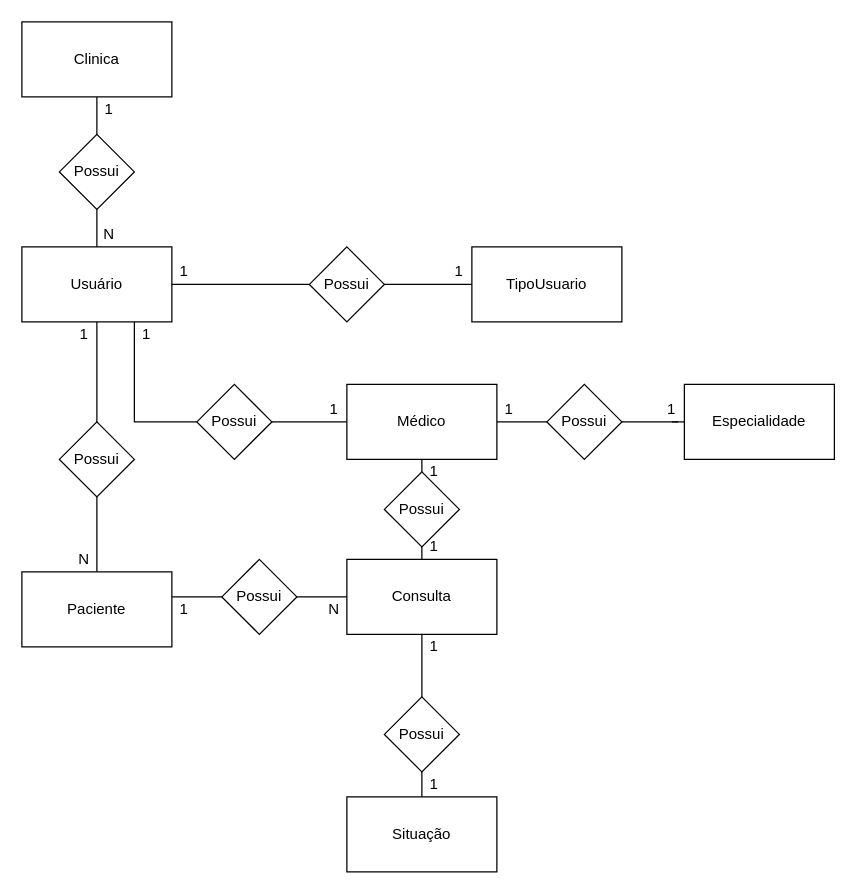
The draw.io diagram Mer/Modelo Conceitual .drawio in Nicolas-Freitas/senai_spmedgroup_sprint1_bd_manha_Nicolas, before the edit. Source tidied: cells renumbered, new cells numbered last; positions are measured from the earlier drawing's top-left corner, leaving out a move shared by most shapes. Both pictures are drawn from the tidied source at 125%, with x=0, y=0 at pixel (21, 21).
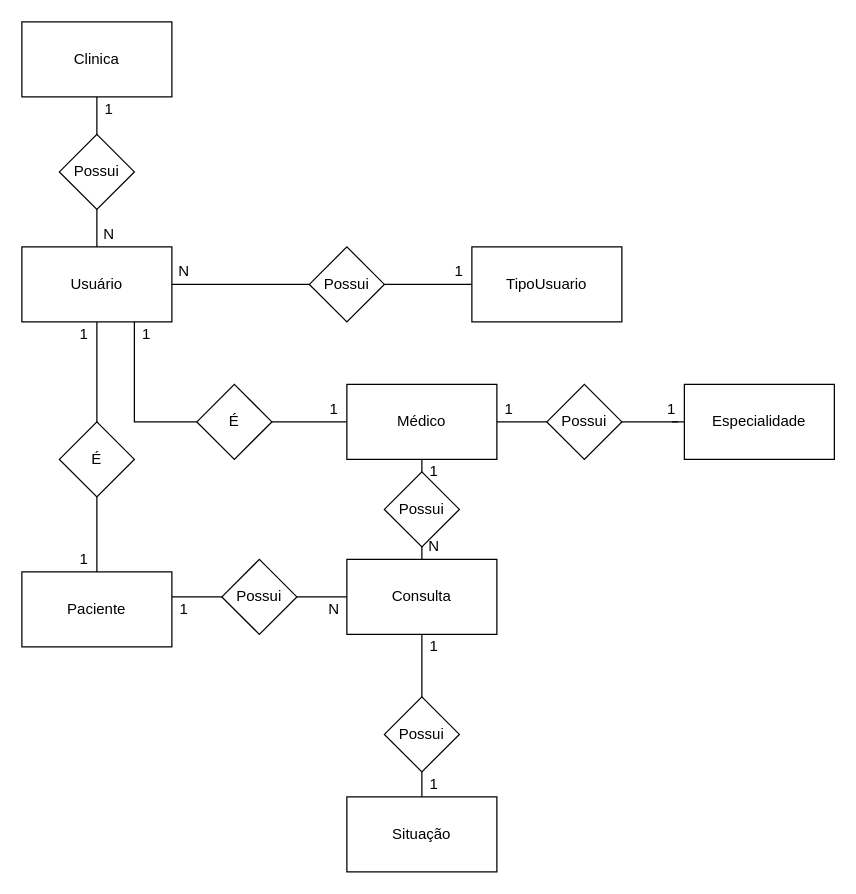
After the change.

Change to the diagram source:
```diff
@@
-    <mxCell id="23" value="1" style="text;html=1;strokeColor=none;fillColor=none;align=center;verticalAlign=middle;whiteSpace=wrap;rounded=0;" parent="1" vertex="1">
+    <mxCell id="23" value="N" style="text;html=1;strokeColor=none;fillColor=none;align=center;verticalAlign=middle;whiteSpace=wrap;rounded=0;" parent="1" vertex="1">
       <mxGeometry x="120" y="190" width="20" height="20" as="geometry" />
     </mxCell>
@@
-    <mxCell id="26" value="N" style="text;html=1;strokeColor=none;fillColor=none;align=center;verticalAlign=middle;whiteSpace=wrap;rounded=0;" parent="1" vertex="1">
+    <mxCell id="26" value="1" style="text;html=1;strokeColor=none;fillColor=none;align=center;verticalAlign=middle;whiteSpace=wrap;rounded=0;" parent="1" vertex="1">
       <mxGeometry x="40" y="420" width="20" height="20" as="geometry" />
     </mxCell>
@@
-    <mxCell id="28" value="1" style="text;html=1;strokeColor=none;fillColor=none;align=center;verticalAlign=middle;whiteSpace=wrap;rounded=0;" parent="1" vertex="1">
+    <mxCell id="28" value="N" style="text;html=1;strokeColor=none;fillColor=none;align=center;verticalAlign=middle;whiteSpace=wrap;rounded=0;" parent="1" vertex="1">
       <mxGeometry x="320" y="410" width="20" height="20" as="geometry" />
     </mxCell>
@@
-    <mxCell id="35" value="Possui" style="rhombus;whiteSpace=wrap;html=1;" parent="1" vertex="1">
+    <mxCell id="35" value="É" style="rhombus;whiteSpace=wrap;html=1;" parent="1" vertex="1">
       <mxGeometry x="30" y="320" width="60" height="60" as="geometry" />
     </mxCell>
@@
-    <mxCell id="37" value="Possui" style="rhombus;whiteSpace=wrap;html=1;" parent="1" vertex="1">
+    <mxCell id="37" value="É" style="rhombus;whiteSpace=wrap;html=1;" parent="1" vertex="1">
       <mxGeometry x="140" y="290" width="60" height="60" as="geometry" />
     </mxCell>
```
